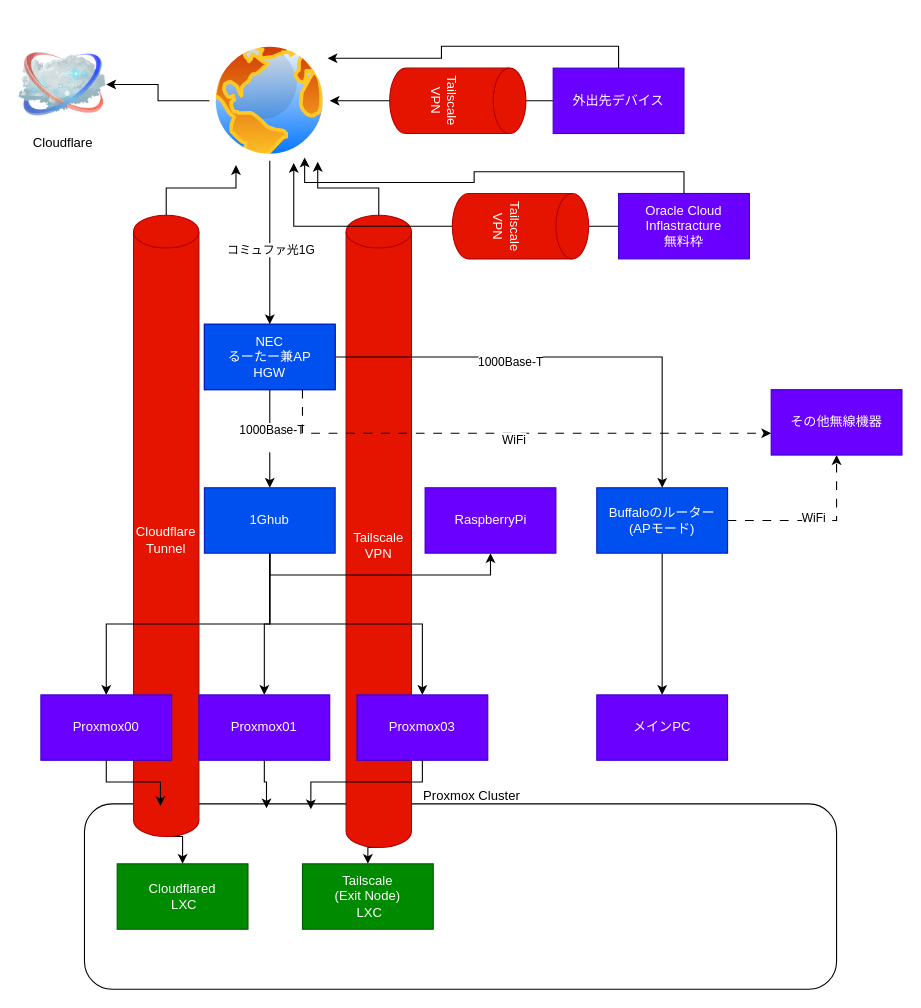
Before: Untitled Diagram.drawio in nekorobi-0/About_My_Server, a draw.io diagram. Source tidied: cells renumbered, new cells numbered last; positions are measured from the earlier drawing's top-left corner, leaving out a move shared by most shapes. Both pictures are drawn from the tidied source at 109%, with x=0, y=0 at pixel (19, 32).
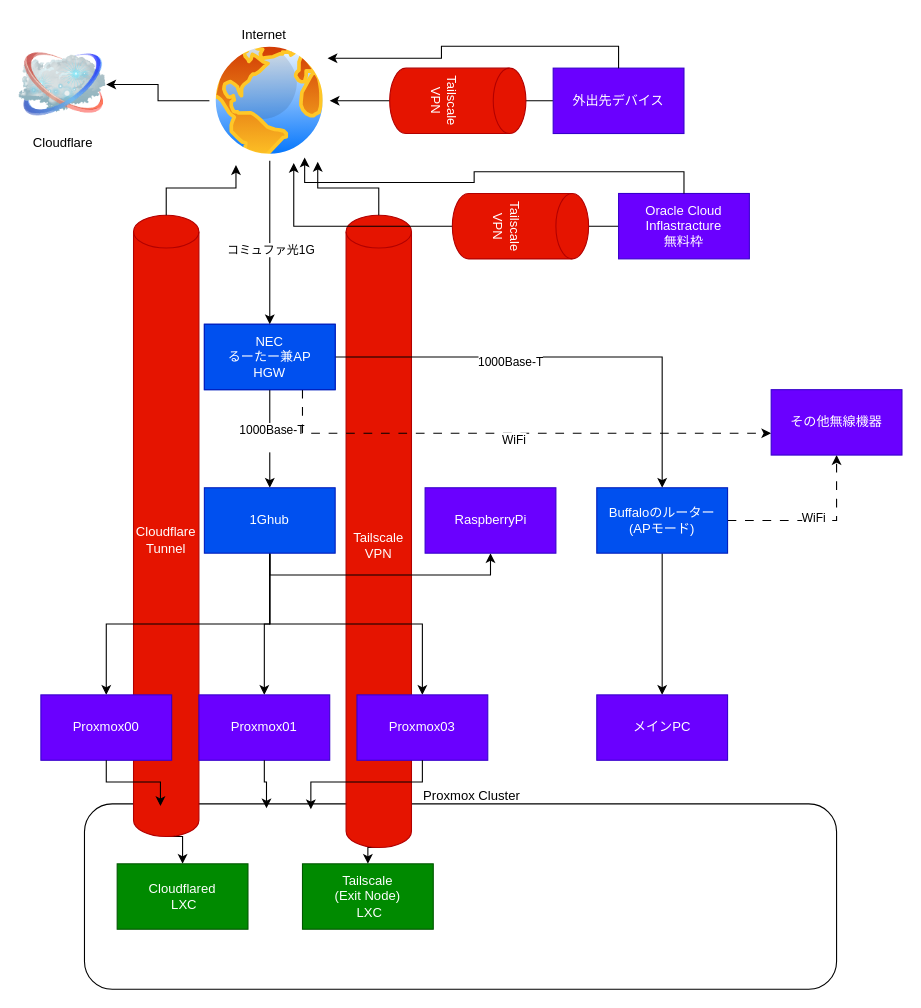
After the change.

The edit, as a diff of the source:
```diff
@@
+    <mxCell id="51" value="Internet" style="text;html=1;align=center;verticalAlign=middle;whiteSpace=wrap;rounded=0;" parent="1" vertex="1">
+      <mxGeometry x="195" y="-12" width="60" height="30" as="geometry" />
+    </mxCell>
```
